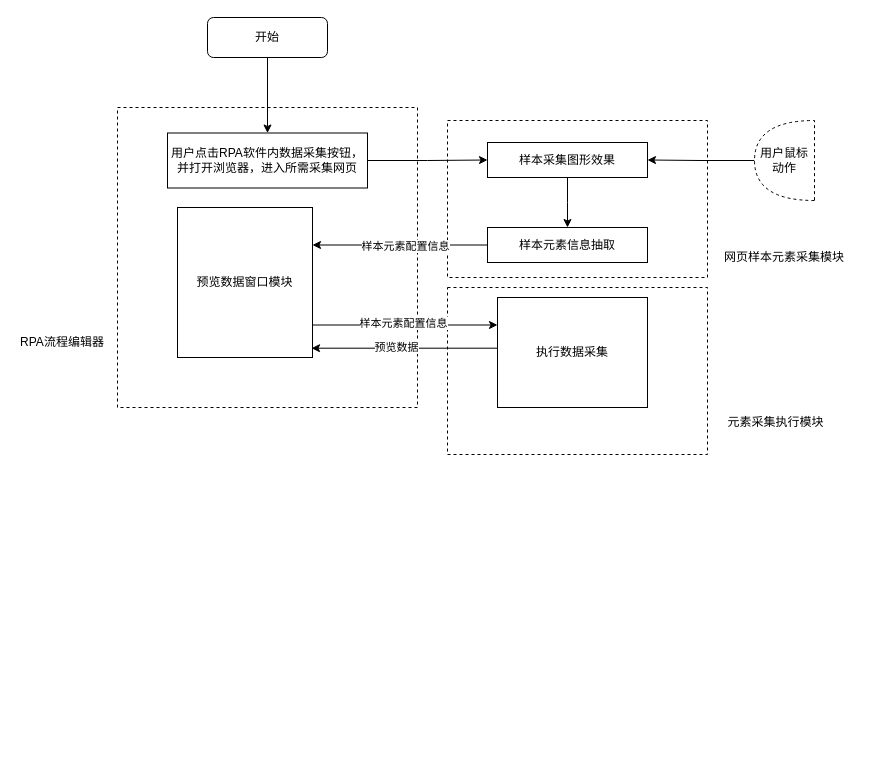
ColonelDarcy2018/excelsior keeps this draw.io diagram as 数据采集专利实施例图.drawio. Above is the earlier version. Source tidied: cells renumbered, new cells numbered last; positions are measured from the earlier drawing's top-left corner, leaving out a move shared by most shapes. Both pictures are drawn from the tidied source at 100%, with x=0, y=0 at pixel (17, 17).
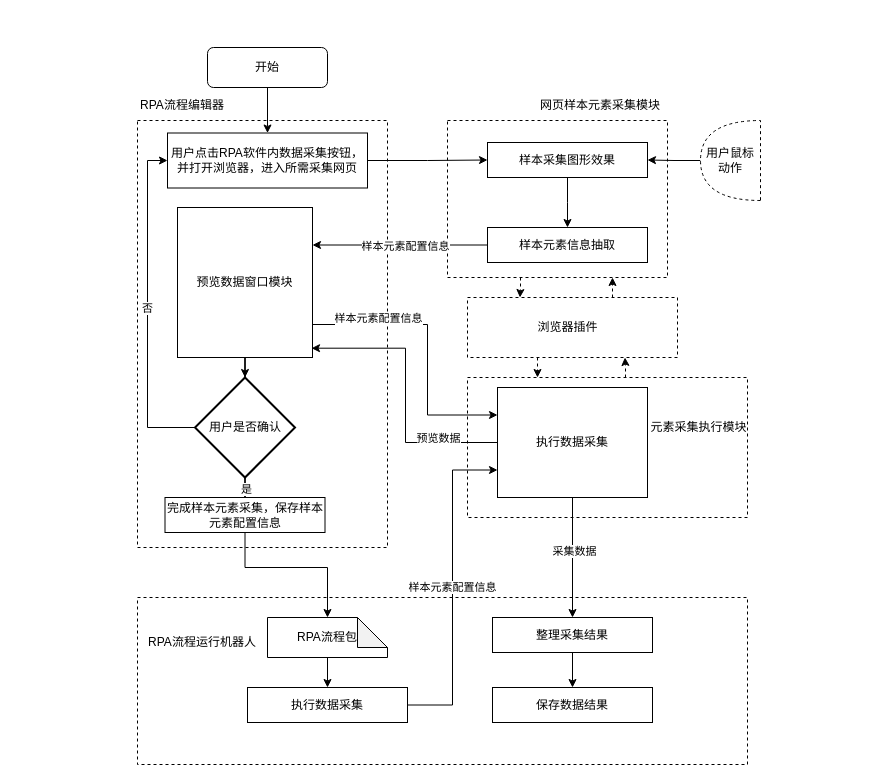
After the change.

Commit message (it also covers changes not shown here):
更新数据采集专利实施例图.drawio

The change refers to these unchanged cells:
```xml
<mxCell id="6" value="用户点击RPA软件内数据采集按钮，并打开浏览器，进入所需采集网页" style="rounded=0;whiteSpace=wrap;html=1;" parent="1" vertex="1">
  <mxGeometry x="150" y="115.5" width="200" height="55" as="geometry" />
</mxCell>
<mxCell id="18" value="预览数据窗口模块" style="rounded=0;whiteSpace=wrap;html=1;" parent="1" vertex="1">
  <mxGeometry x="160" y="190" width="135" height="150" as="geometry" />
</mxCell>
<mxCell id="22" style="edgeStyle=orthogonalEdgeStyle;rounded=0;jettySize=auto;html=1;entryX=0.993;entryY=0.938;entryDx=0;entryDy=0;entryPerimeter=0;" parent="1" edge="1" source="24" target="18">
  <mxGeometry relative="1" as="geometry">
    <Array as="points">
      <mxPoint x="388" y="330" />
    </Array>
  </mxGeometry>
</mxCell>
```

Change to the diagram source:
```diff
@@
+    <mxCell id="26" style="rounded=0;whiteSpace=wrap;html=1;dashed=1;" parent="1" vertex="1">
+      <mxGeometry x="120" y="580" width="610" height="167" as="geometry" />
+    </mxCell>
+    <mxCell id="27" style="rounded=0;whiteSpace=wrap;html=1;dashed=1;" parent="1" vertex="1">
+      <mxGeometry x="120" y="103" width="250" height="427" as="geometry" />
+    </mxCell>
+    <mxCell id="28" style="edgeStyle=orthogonalEdgeStyle;rounded=0;jettySize=auto;html=1;dashed=1;entryX=0.75;entryY=1;entryDx=0;entryDy=0;" parent="1" edge="1" source="2" target="49">
+      <mxGeometry relative="1" as="geometry">
+        <Array as="points">
+          <mxPoint x="608" y="350" />
+          <mxPoint x="608" y="350" />
+        </Array>
+      </mxGeometry>
+    </mxCell>
     <mxCell id="2" style="rounded=0;whiteSpace=wrap;html=1;dashed=1;" parent="1" vertex="1">
-      <mxGeometry x="430" y="270" width="260" height="167" as="geometry" />
+      <mxGeometry x="450" y="360" width="280" height="140" as="geometry" />
     </mxCell>
+    <mxCell id="29" style="edgeStyle=orthogonalEdgeStyle;rounded=0;jettySize=auto;html=1;dashed=1;entryX=0.25;entryY=0;entryDx=0;entryDy=0;" parent="1" edge="1" source="3" target="49">
+      <mxGeometry relative="1" as="geometry">
+        <Array as="points">
+          <mxPoint x="503" y="270" />
+          <mxPoint x="502" y="270" />
+        </Array>
+      </mxGeometry>
+    </mxCell>
     <mxCell id="3" style="rounded=0;whiteSpace=wrap;html=1;dashed=1;" parent="1" vertex="1">
-      <mxGeometry x="430" y="103" width="260" height="157" as="geometry" />
+      <mxGeometry x="430" y="103" width="220" height="157" as="geometry" />
     </mxCell>
-    <mxCell id="4" style="whiteSpace=wrap;html=1;dashed=1;" parent="1" vertex="1">
-      <mxGeometry x="100" y="90" width="300" height="300" as="geometry" />
-    </mxCell>
@@
     <mxCell id="8" value="开始" style="rounded=1;whiteSpace=wrap;html=1;" parent="1" vertex="1">
-      <mxGeometry x="190" width="120" height="40" as="geometry" />
+      <mxGeometry x="190" y="30" width="120" height="40" as="geometry" />
     </mxCell>
     <mxCell id="9" value="RPA流程编辑器" style="text;html=1;strokeColor=none;fillColor=none;align=center;verticalAlign=middle;whiteSpace=wrap;rounded=0;dashed=1;" parent="1" vertex="1">
-      <mxGeometry y="310" width="90" height="30" as="geometry" />
+      <mxGeometry x="120" y="73" width="90" height="30" as="geometry" />
     </mxCell>
     <mxCell id="10" value="网页样本元素采集模块" style="text;html=1;strokeColor=none;fillColor=none;align=center;verticalAlign=middle;whiteSpace=wrap;rounded=0;dashed=1;" parent="1" vertex="1">
-      <mxGeometry x="697" y="225" width="140" height="30" as="geometry" />
+      <mxGeometry x="512.5" y="73" width="140" height="30" as="geometry" />
     </mxCell>
@@
     <mxCell id="14" value="用户鼠标动作" style="shape=or;whiteSpace=wrap;html=1;dashed=1;direction=west;" parent="1" vertex="1">
-      <mxGeometry x="737" y="103" width="60" height="80" as="geometry" />
+      <mxGeometry x="683" y="103" width="60" height="80" as="geometry" />
     </mxCell>
     <mxCell id="15" style="edgeStyle=orthogonalEdgeStyle;rounded=0;jettySize=auto;html=1;entryX=0;entryY=0.25;entryDx=0;entryDy=0;" parent="1" edge="1" source="18" target="24">
       <mxGeometry relative="1" as="geometry">
         <Array as="points">
-          <mxPoint x="382" y="307" />
+          <mxPoint x="410" y="307" />
+          <mxPoint x="410" y="398" />
         </Array>
       </mxGeometry>
     </mxCell>
@@
     <mxCell id="17" value="样本元素配置信息" style="edgeLabel;html=1;align=center;verticalAlign=middle;" parent="15" vertex="1">
-      <mxGeometry x="-0.03" y="2" relative="1" as="geometry" />
+      <mxGeometry x="-0.03" y="2" relative="1" as="geometry">
+        <mxPoint x="-52" y="-26" as="offset" />
+      </mxGeometry>
     </mxCell>
+    <mxCell id="30" style="edgeStyle=orthogonalEdgeStyle;rounded=0;jettySize=auto;html=1;" parent="1" edge="1" source="18" target="36">
+      <mxGeometry relative="1" as="geometry" />
+    </mxCell>
@@
     <mxCell id="23" value="预览数据" style="edgeLabel;html=1;align=center;verticalAlign=middle;" parent="22" vertex="1">
-      <mxGeometry x="0.1" y="-1" relative="1" as="geometry" />
+      <mxGeometry x="0.1" y="-1" relative="1" as="geometry">
+        <mxPoint x="31" y="57" as="offset" />
+      </mxGeometry>
     </mxCell>
+    <mxCell id="31" style="edgeStyle=orthogonalEdgeStyle;rounded=0;jettySize=auto;html=1;" parent="1" edge="1" source="24" target="45">
+      <mxGeometry relative="1" as="geometry" />
+    </mxCell>
+    <mxCell id="32" value="采集数据" style="edgeLabel;html=1;align=center;verticalAlign=middle;" parent="31" vertex="1">
+      <mxGeometry x="-0.12" y="1" relative="1" as="geometry" />
+    </mxCell>
     <mxCell id="24" value="执行数据采集" style="rounded=0;whiteSpace=wrap;html=1;" parent="1" vertex="1">
-      <mxGeometry x="480" y="280" width="150" height="110" as="geometry" />
+      <mxGeometry x="480" y="370" width="150" height="110" as="geometry" />
     </mxCell>
     <mxCell id="25" value="元素采集执行模块" style="text;html=1;strokeColor=none;fillColor=none;align=center;verticalAlign=middle;whiteSpace=wrap;rounded=0;dashed=1;" parent="1" vertex="1">
-      <mxGeometry x="697" y="390" width="123" height="30" as="geometry" />
+      <mxGeometry x="620" y="395" width="123" height="30" as="geometry" />
     </mxCell>
+    <mxCell id="33" value="否" style="edgeStyle=orthogonalEdgeStyle;rounded=0;jettySize=auto;html=1;entryX=0;entryY=0.5;entryDx=0;entryDy=0;" parent="1" edge="1" source="36" target="6">
+      <mxGeometry relative="1" as="geometry">
+        <Array as="points">
+          <mxPoint x="130" y="410" />
+          <mxPoint x="130" y="143" />
+        </Array>
+      </mxGeometry>
+    </mxCell>
+    <mxCell id="34" style="edgeStyle=orthogonalEdgeStyle;rounded=0;jettySize=auto;html=1;entryX=0.5;entryY=0;entryDx=0;entryDy=0;" parent="1" edge="1" source="36" target="40">
+      <mxGeometry relative="1" as="geometry" />
+    </mxCell>
+    <mxCell id="35" value="是" style="edgeLabel;html=1;align=center;verticalAlign=middle;" parent="34" vertex="1">
+      <mxGeometry x="-0.02" y="-1" relative="1" as="geometry" />
+    </mxCell>
+    <mxCell id="36" value="用户是否确认" style="strokeWidth=2;html=1;shape=mxgraph.flowchart.decision;whiteSpace=wrap;" parent="1" vertex="1">
+      <mxGeometry x="177.5" y="360" width="100" height="100" as="geometry" />
+    </mxCell>
+    <mxCell id="37" style="edgeStyle=orthogonalEdgeStyle;rounded=0;jettySize=auto;html=1;" parent="1" edge="1" source="38" target="43">
+      <mxGeometry relative="1" as="geometry" />
+    </mxCell>
+    <mxCell id="38" value="RPA流程包" style="shape=note;whiteSpace=wrap;html=1;backgroundOutline=1;darkOpacity=0.05;" parent="1" vertex="1">
+      <mxGeometry x="250" y="600" width="120" height="40" as="geometry" />
+    </mxCell>
+    <mxCell id="39" style="edgeStyle=orthogonalEdgeStyle;rounded=0;jettySize=auto;html=1;entryX=0.5;entryY=0;entryDx=0;entryDy=0;entryPerimeter=0;" parent="1" edge="1" source="40" target="38">
+      <mxGeometry relative="1" as="geometry">
+        <Array as="points">
+          <mxPoint x="228" y="550" />
+          <mxPoint x="310" y="550" />
+          <mxPoint x="310" y="600" />
+        </Array>
+      </mxGeometry>
+    </mxCell>
+    <mxCell id="40" value="完成样本元素采集，保存样本元素配置信息" style="rounded=0;whiteSpace=wrap;html=1;" parent="1" vertex="1">
+      <mxGeometry x="147.5" y="480" width="160" height="35" as="geometry" />
+    </mxCell>
+    <mxCell id="41" value="RPA流程运行机器人" style="text;html=1;strokeColor=none;fillColor=none;align=center;verticalAlign=middle;whiteSpace=wrap;rounded=0;dashed=1;" parent="1" vertex="1">
+      <mxGeometry x="130" y="610" width="110" height="30" as="geometry" />
+    </mxCell>
+    <mxCell id="42" value="样本元素配置信息" style="edgeStyle=orthogonalEdgeStyle;rounded=0;jettySize=auto;html=1;entryX=0;entryY=0.75;entryDx=0;entryDy=0;" parent="1" edge="1" source="43" target="24">
+      <mxGeometry relative="1" as="geometry" />
+    </mxCell>
+    <mxCell id="43" value="执行数据采集" style="rounded=0;whiteSpace=wrap;html=1;" parent="1" vertex="1">
+      <mxGeometry x="230" y="670" width="160" height="35" as="geometry" />
+    </mxCell>
+    <mxCell id="44" style="edgeStyle=orthogonalEdgeStyle;rounded=0;jettySize=auto;html=1;" parent="1" edge="1" source="45" target="46">
+      <mxGeometry relative="1" as="geometry" />
+    </mxCell>
+    <mxCell id="45" value="整理采集结果" style="rounded=0;whiteSpace=wrap;html=1;" parent="1" vertex="1">
+      <mxGeometry x="475" y="600" width="160" height="35" as="geometry" />
+    </mxCell>
+    <mxCell id="46" value="保存数据结果" style="rounded=0;whiteSpace=wrap;html=1;" parent="1" vertex="1">
+      <mxGeometry x="475" y="670" width="160" height="35" as="geometry" />
+    </mxCell>
+    <mxCell id="47" style="edgeStyle=orthogonalEdgeStyle;rounded=0;jettySize=auto;html=1;dashed=1;entryX=0.75;entryY=1;entryDx=0;entryDy=0;" parent="1" edge="1" source="49" target="3">
+      <mxGeometry relative="1" as="geometry">
+        <Array as="points">
+          <mxPoint x="595" y="270" />
+          <mxPoint x="595" y="270" />
+        </Array>
+      </mxGeometry>
+    </mxCell>
+    <mxCell id="48" style="edgeStyle=orthogonalEdgeStyle;rounded=0;jettySize=auto;html=1;dashed=1;entryX=0.25;entryY=0;entryDx=0;entryDy=0;" parent="1" edge="1" source="49" target="2">
+      <mxGeometry relative="1" as="geometry">
+        <Array as="points">
+          <mxPoint x="520" y="350" />
+          <mxPoint x="520" y="350" />
+        </Array>
+      </mxGeometry>
+    </mxCell>
+    <mxCell id="49" style="rounded=0;whiteSpace=wrap;html=1;dashed=1;" parent="1" vertex="1">
+      <mxGeometry x="450" y="280" width="210" height="60" as="geometry" />
+    </mxCell>
+    <mxCell id="50" value="浏览器插件" style="text;html=1;strokeColor=none;fillColor=none;align=center;verticalAlign=middle;whiteSpace=wrap;rounded=0;dashed=1;" parent="1" vertex="1">
+      <mxGeometry x="512.5" y="295" width="75" height="30" as="geometry" />
+    </mxCell>
```
